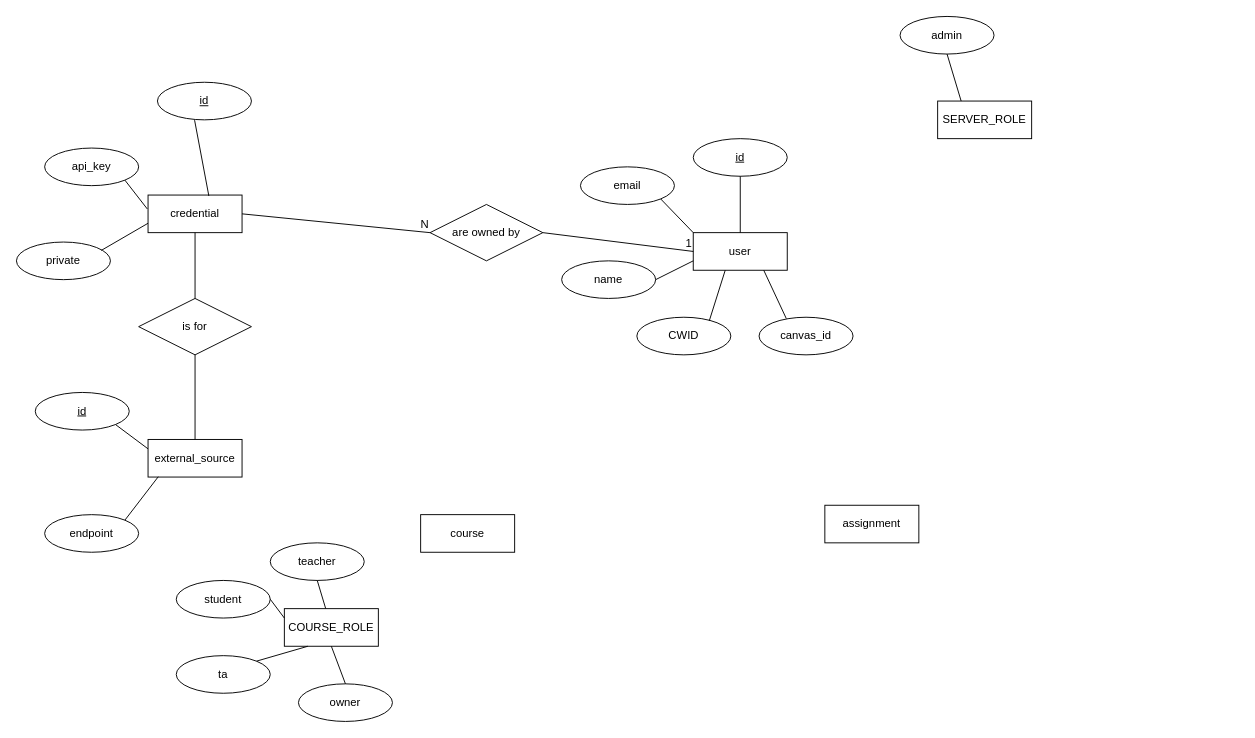
CSCI128/packtrain keeps this draw.io diagram as docs/erd/erd.drawio. Above is the earlier version. Source tidied: cells renumbered, new cells numbered last; positions are measured from the earlier drawing's top-left corner, leaving out a move shared by most shapes. Both pictures are drawn from the tidied source at 94%, with x=0, y=0 at pixel (16, 16).
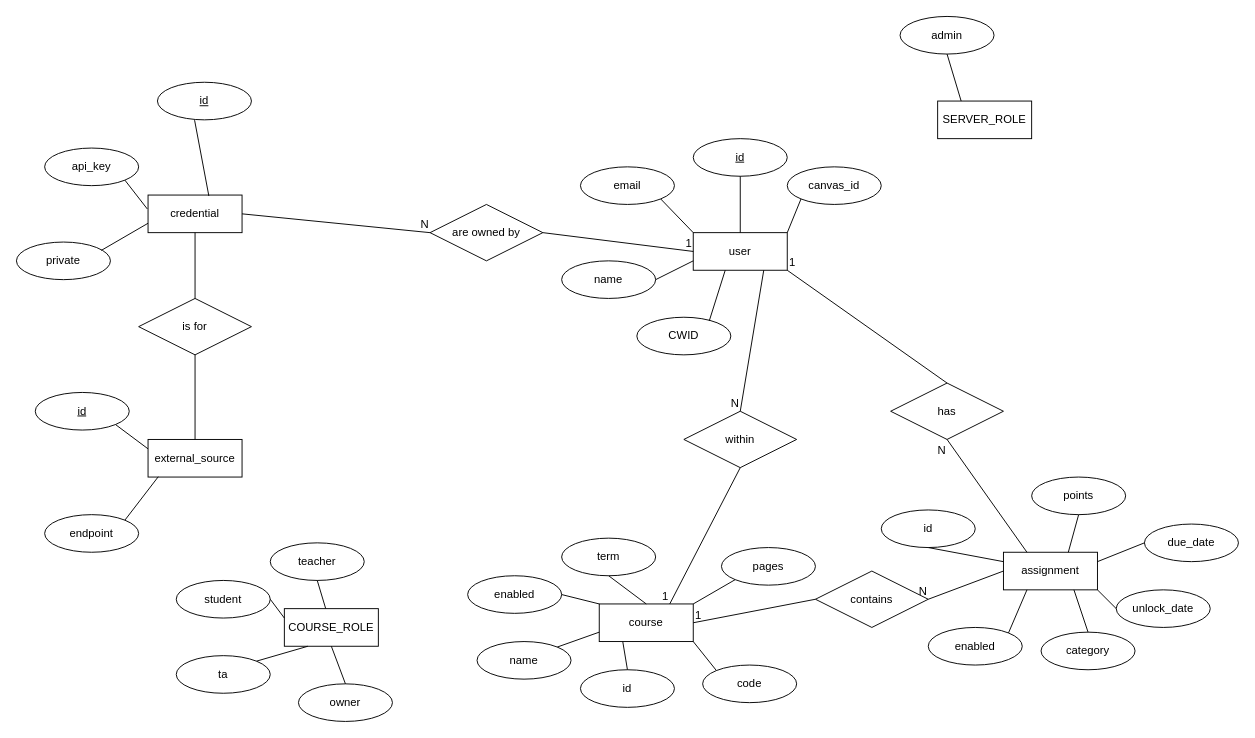
Above is the later version.

Commit message:
Add entities to ERD

Unchanged cells that the change refers to:
```xml
<mxCell id="2" value="user" style="whiteSpace=wrap;html=1;align=center;" parent="1" vertex="1">
  <mxGeometry x="720" y="230" width="100" height="40" as="geometry" />
</mxCell>
```

Diff of the diagram source:
```diff
@@
     <mxCell id="6" value="canvas_id" style="ellipse;whiteSpace=wrap;html=1;align=center;" parent="1" vertex="1">
-      <mxGeometry x="790" y="320" width="100" height="40" as="geometry" />
+      <mxGeometry x="820" y="160" width="100" height="40" as="geometry" />
     </mxCell>
@@
-    <mxCell id="12" style="endArrow=none;html=1;rounded=0;exitX=0.75;exitY=1;exitDx=0;exitDy=0;entryX=0.29;entryY=0.035;entryDx=0;entryDy=0;entryPerimeter=0;" parent="1" edge="1" source="2" target="6">
+    <mxCell id="12" style="endArrow=none;html=1;rounded=0;exitX=1;exitY=0;exitDx=0;exitDy=0;entryX=0;entryY=1;entryDx=0;entryDy=0;" parent="1" edge="1" source="2" target="6">
       <mxGeometry relative="1" as="geometry" />
     </mxCell>
@@
     <mxCell id="33" value="course" style="whiteSpace=wrap;html=1;align=center;" parent="1" vertex="1">
-      <mxGeometry x="430" y="530" width="100" height="40" as="geometry" />
+      <mxGeometry x="620" y="625" width="100" height="40" as="geometry" />
     </mxCell>
@@
     <mxCell id="36" value="assignment" style="whiteSpace=wrap;html=1;align=center;" parent="1" vertex="1">
-      <mxGeometry x="860" y="520" width="100" height="40" as="geometry" />
+      <mxGeometry x="1050" y="570" width="100" height="40" as="geometry" />
     </mxCell>
@@
+    <mxCell id="47" value="enabled" style="ellipse;whiteSpace=wrap;html=1;align=center;" parent="1" vertex="1">
+      <mxGeometry x="480" y="595" width="100" height="40" as="geometry" />
+    </mxCell>
+    <mxCell id="48" value="term" style="ellipse;whiteSpace=wrap;html=1;align=center;" parent="1" vertex="1">
+      <mxGeometry x="580" y="555" width="100" height="40" as="geometry" />
+    </mxCell>
+    <mxCell id="49" value="code" style="ellipse;whiteSpace=wrap;html=1;align=center;" parent="1" vertex="1">
+      <mxGeometry x="730" y="690" width="100" height="40" as="geometry" />
+    </mxCell>
+    <mxCell id="50" value="id" style="ellipse;whiteSpace=wrap;html=1;align=center;" parent="1" vertex="1">
+      <mxGeometry x="600" y="695" width="100" height="40" as="geometry" />
+    </mxCell>
+    <mxCell id="51" value="name" style="ellipse;whiteSpace=wrap;html=1;align=center;" parent="1" vertex="1">
+      <mxGeometry x="490" y="665" width="100" height="40" as="geometry" />
+    </mxCell>
+    <mxCell id="52" style="endArrow=none;html=1;rounded=0;exitX=0;exitY=0.75;exitDx=0;exitDy=0;entryX=1;entryY=0;entryDx=0;entryDy=0;" parent="1" edge="1" source="33" target="51">
+      <mxGeometry relative="1" as="geometry" />
+    </mxCell>
+    <mxCell id="53" style="endArrow=none;html=1;rounded=0;exitX=1;exitY=0.5;exitDx=0;exitDy=0;entryX=0;entryY=0;entryDx=0;entryDy=0;" parent="1" edge="1" source="47" target="33">
+      <mxGeometry relative="1" as="geometry" />
+    </mxCell>
+    <mxCell id="54" style="endArrow=none;html=1;rounded=0;exitX=0.5;exitY=1;exitDx=0;exitDy=0;entryX=0.5;entryY=0;entryDx=0;entryDy=0;" parent="1" edge="1" source="48" target="33">
+      <mxGeometry relative="1" as="geometry" />
+    </mxCell>
+    <mxCell id="55" style="endArrow=none;html=1;rounded=0;exitX=0;exitY=0;exitDx=0;exitDy=0;entryX=1;entryY=1;entryDx=0;entryDy=0;" parent="1" edge="1" source="49" target="33">
+      <mxGeometry relative="1" as="geometry" />
+    </mxCell>
+    <mxCell id="56" style="endArrow=none;html=1;rounded=0;exitX=0.25;exitY=1;exitDx=0;exitDy=0;entryX=0.5;entryY=0;entryDx=0;entryDy=0;" parent="1" edge="1" source="33" target="50">
+      <mxGeometry relative="1" as="geometry" />
+    </mxCell>
+    <mxCell id="57" value="id" style="ellipse;whiteSpace=wrap;html=1;align=center;" parent="1" vertex="1">
+      <mxGeometry x="920" y="525" width="100" height="40" as="geometry" />
+    </mxCell>
+    <mxCell id="58" value="due_date" style="ellipse;whiteSpace=wrap;html=1;align=center;" parent="1" vertex="1">
+      <mxGeometry x="1200" y="540" width="100" height="40" as="geometry" />
+    </mxCell>
+    <mxCell id="59" value="category" style="ellipse;whiteSpace=wrap;html=1;align=center;" parent="1" vertex="1">
+      <mxGeometry x="1090" y="655" width="100" height="40" as="geometry" />
+    </mxCell>
+    <mxCell id="60" value="unlock_date" style="ellipse;whiteSpace=wrap;html=1;align=center;" parent="1" vertex="1">
+      <mxGeometry x="1170" y="610" width="100" height="40" as="geometry" />
+    </mxCell>
+    <mxCell id="61" value="points" style="ellipse;whiteSpace=wrap;html=1;align=center;" parent="1" vertex="1">
+      <mxGeometry x="1080" y="490" width="100" height="40" as="geometry" />
+    </mxCell>
+    <mxCell id="62" style="endArrow=none;html=1;rounded=0;exitX=0.75;exitY=1;exitDx=0;exitDy=0;entryX=0.5;entryY=0;entryDx=0;entryDy=0;" parent="1" edge="1" source="36" target="59">
+      <mxGeometry relative="1" as="geometry" />
+    </mxCell>
+    <mxCell id="63" style="endArrow=none;html=1;rounded=0;exitX=0;exitY=0.25;exitDx=0;exitDy=0;entryX=0.5;entryY=1;entryDx=0;entryDy=0;" parent="1" edge="1" source="36" target="57">
+      <mxGeometry relative="1" as="geometry" />
+    </mxCell>
+    <mxCell id="64" style="endArrow=none;html=1;rounded=0;exitX=0.69;exitY=0;exitDx=0;exitDy=0;entryX=0.5;entryY=1;entryDx=0;entryDy=0;exitPerimeter=0;" parent="1" edge="1" source="36" target="61">
+      <mxGeometry relative="1" as="geometry" />
+    </mxCell>
+    <mxCell id="65" style="endArrow=none;html=1;rounded=0;exitX=0;exitY=0.5;exitDx=0;exitDy=0;entryX=1;entryY=0.25;entryDx=0;entryDy=0;" parent="1" edge="1" source="58" target="36">
+      <mxGeometry relative="1" as="geometry" />
+    </mxCell>
+    <mxCell id="66" style="endArrow=none;html=1;rounded=0;exitX=0;exitY=0.5;exitDx=0;exitDy=0;entryX=1;entryY=1;entryDx=0;entryDy=0;" parent="1" edge="1" source="60" target="36">
+      <mxGeometry relative="1" as="geometry" />
+    </mxCell>
+    <mxCell id="67" value="pages" style="ellipse;whiteSpace=wrap;html=1;align=center;" parent="1" vertex="1">
+      <mxGeometry x="750" y="565" width="100" height="40" as="geometry" />
+    </mxCell>
+    <mxCell id="68" style="endArrow=none;html=1;rounded=0;exitX=0;exitY=1;exitDx=0;exitDy=0;entryX=1;entryY=0;entryDx=0;entryDy=0;" parent="1" edge="1" source="67" target="33">
+      <mxGeometry relative="1" as="geometry" />
+    </mxCell>
+    <mxCell id="69" value="contains" style="shape=rhombus;perimeter=rhombusPerimeter;whiteSpace=wrap;html=1;align=center;" parent="1" vertex="1">
+      <mxGeometry x="850" y="590" width="120" height="60" as="geometry" />
+    </mxCell>
+    <mxCell id="70" style="endArrow=none;html=1;rounded=0;entryX=1;entryY=0.5;entryDx=0;entryDy=0;exitX=0;exitY=0.5;exitDx=0;exitDy=0;" parent="1" edge="1" source="69" target="33">
+      <mxGeometry relative="1" as="geometry" />
+    </mxCell>
+    <mxCell id="71" value="1" style="html=1;whiteSpace=wrap;align=right;verticalAlign=bottom;" parent="70" vertex="1">
+      <mxGeometry x="1" relative="1" as="geometry">
+        <mxPoint x="10" as="offset" />
+      </mxGeometry>
+    </mxCell>
+    <mxCell id="72" style="endArrow=none;html=1;rounded=0;entryX=1;entryY=0.5;entryDx=0;entryDy=0;exitX=0;exitY=0.5;exitDx=0;exitDy=0;" parent="1" edge="1" source="36" target="69">
+      <mxGeometry relative="1" as="geometry" />
+    </mxCell>
+    <mxCell id="73" value="N" style="html=1;whiteSpace=wrap;align=right;verticalAlign=bottom;" parent="72" vertex="1">
+      <mxGeometry x="1" relative="1" as="geometry" />
+    </mxCell>
+    <mxCell id="74" value="enabled" style="ellipse;whiteSpace=wrap;html=1;align=center;" parent="1" vertex="1">
+      <mxGeometry x="970" y="650" width="100" height="40" as="geometry" />
+    </mxCell>
+    <mxCell id="75" style="endArrow=none;html=1;rounded=0;entryX=1;entryY=0;entryDx=0;entryDy=0;exitX=0.25;exitY=1;exitDx=0;exitDy=0;" parent="1" edge="1" source="36" target="74">
+      <mxGeometry relative="1" as="geometry" />
+    </mxCell>
+    <mxCell id="76" value="within" style="shape=rhombus;perimeter=rhombusPerimeter;whiteSpace=wrap;html=1;align=center;" parent="1" vertex="1">
+      <mxGeometry x="710" y="420" width="120" height="60" as="geometry" />
+    </mxCell>
+    <mxCell id="77" style="endArrow=none;html=1;rounded=0;exitX=0.75;exitY=1;exitDx=0;exitDy=0;entryX=0.5;entryY=0;entryDx=0;entryDy=0;" parent="1" edge="1" source="2" target="76">
+      <mxGeometry relative="1" as="geometry" />
+    </mxCell>
+    <mxCell id="78" value="N" style="html=1;whiteSpace=wrap;align=right;verticalAlign=bottom;" parent="77" vertex="1">
+      <mxGeometry x="1" relative="1" as="geometry" />
+    </mxCell>
+    <mxCell id="79" style="endArrow=none;html=1;rounded=0;entryX=0.75;entryY=0;entryDx=0;entryDy=0;exitX=0.5;exitY=1;exitDx=0;exitDy=0;" parent="1" edge="1" source="76" target="33">
+      <mxGeometry relative="1" as="geometry" />
+    </mxCell>
+    <mxCell id="80" value="1" style="html=1;whiteSpace=wrap;align=right;verticalAlign=bottom;" parent="79" vertex="1">
+      <mxGeometry x="1" relative="1" as="geometry" />
+    </mxCell>
+    <mxCell id="81" value="has" style="shape=rhombus;perimeter=rhombusPerimeter;whiteSpace=wrap;html=1;align=center;" parent="1" vertex="1">
+      <mxGeometry x="930" y="390" width="120" height="60" as="geometry" />
+    </mxCell>
+    <mxCell id="82" style="endArrow=none;html=1;rounded=0;entryX=1;entryY=1;entryDx=0;entryDy=0;exitX=0.5;exitY=0;exitDx=0;exitDy=0;" parent="1" edge="1" source="81" target="2">
+      <mxGeometry relative="1" as="geometry" />
+    </mxCell>
+    <mxCell id="83" value="1" style="html=1;whiteSpace=wrap;align=right;verticalAlign=bottom;" parent="82" vertex="1">
+      <mxGeometry x="1" relative="1" as="geometry">
+        <mxPoint x="10" as="offset" />
+      </mxGeometry>
+    </mxCell>
+    <mxCell id="84" style="endArrow=none;html=1;rounded=0;entryX=0.5;entryY=1;entryDx=0;entryDy=0;exitX=0.25;exitY=0;exitDx=0;exitDy=0;" parent="1" edge="1" source="36" target="81">
+      <mxGeometry relative="1" as="geometry" />
+    </mxCell>
+    <mxCell id="85" value="N" style="html=1;whiteSpace=wrap;align=right;verticalAlign=bottom;" parent="84" vertex="1">
+      <mxGeometry x="1" relative="1" as="geometry">
+        <mxPoint y="20" as="offset" />
+      </mxGeometry>
+    </mxCell>
```
